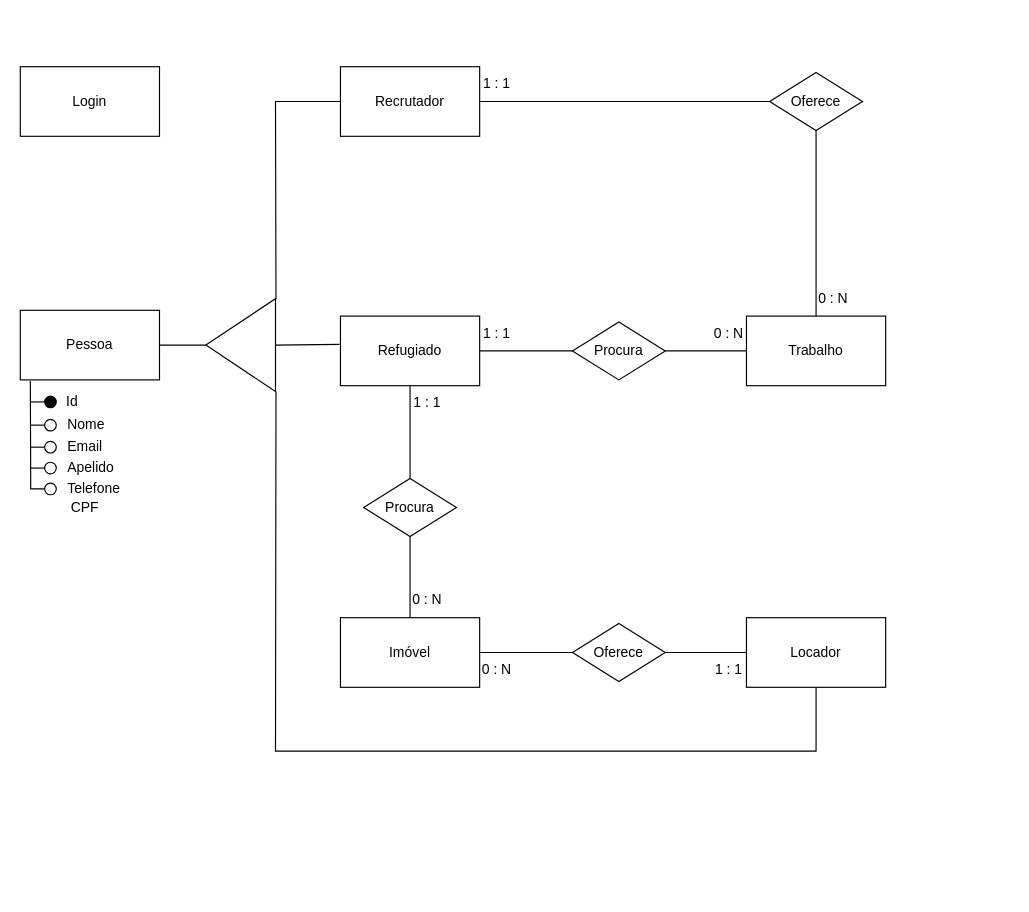
This is Modelo conceitual/Conceitual modelo 2.drawio from eliferretti/Diagamas_Proj_Refugiados, a draw.io file, before an edit. Source tidied: cells renumbered, new cells numbered last; positions are measured from the earlier drawing's top-left corner, leaving out a move shared by most shapes. Both pictures are drawn from the tidied source at 116%, with x=0, y=0 at pixel (20, 66).
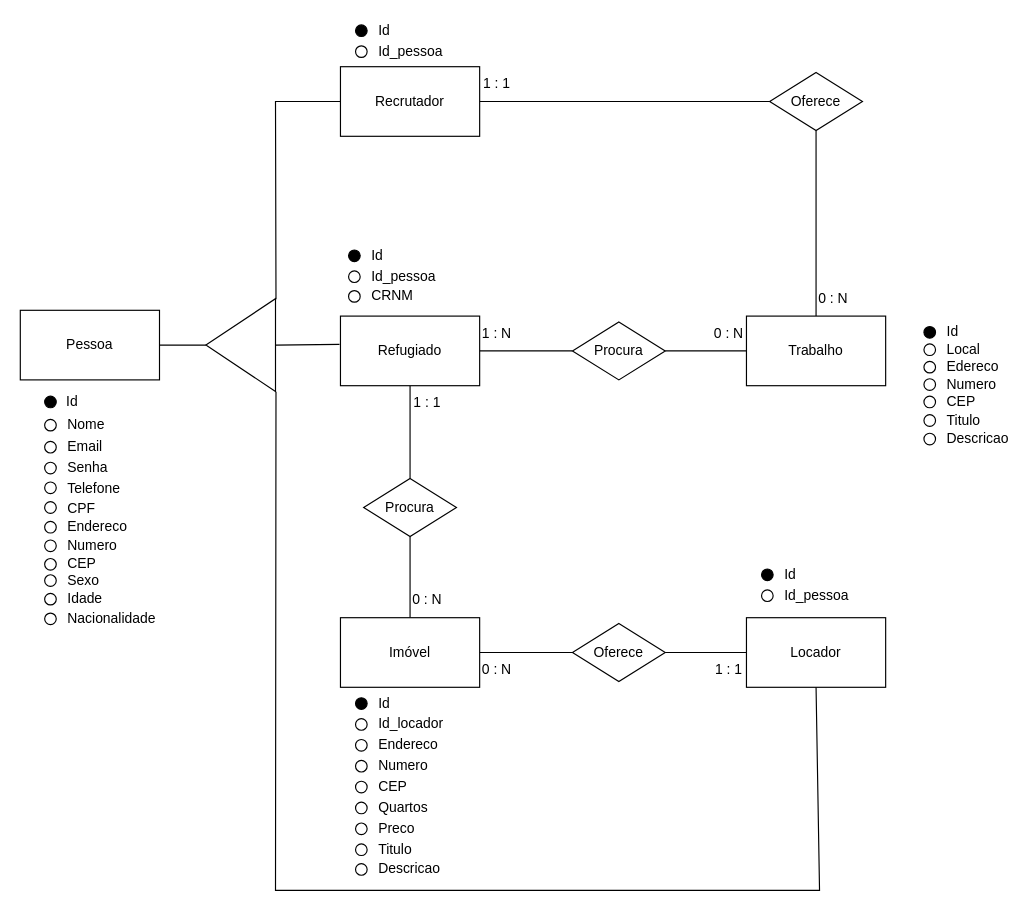
The same diagram, later.

Commit message:
Nova atualização de mod conceitual

Unchanged cells that the change refers to:
```xml
<mxCell id="14" style="group;" parent="1" vertex="1">
  <mxGeometry x="276" y="215" width="150" height="90" as="geometry" />
</mxCell>
<mxCell id="23" value="Locador" style="rounded=0;whiteSpace=wrap;html=1;" parent="22" vertex="1">
  <mxGeometry x="30" width="120" height="60" as="geometry" />
</mxCell>
<mxCell id="29" value="Pessoa" style="rounded=0;whiteSpace=wrap;html=1;" parent="1" vertex="1">
  <mxGeometry y="210" width="120" height="60" as="geometry" />
</mxCell>
<mxCell id="34" style="triangle;whiteSpace=wrap;html=1;rotation=-180;" parent="1" vertex="1">
  <mxGeometry x="160" y="200" width="60" height="80" as="geometry" />
</mxCell>
<mxCell id="37" style="ellipse;whiteSpace=wrap;html=1;fillColor=#000000;" parent="1" vertex="1">
  <mxGeometry x="21" y="284" width="10" height="10" as="geometry" />
</mxCell>
<mxCell id="39" style="ellipse;whiteSpace=wrap;html=1;fillColor=#FFFFFF;" parent="1" vertex="1">
  <mxGeometry x="21" y="304" width="10" height="10" as="geometry" />
</mxCell>
<mxCell id="42" style="ellipse;whiteSpace=wrap;html=1;fillColor=#FFFFFF;" parent="41" vertex="1">
  <mxGeometry y="10" width="10" height="10" as="geometry" />
</mxCell>
<mxCell id="45" style="ellipse;whiteSpace=wrap;html=1;fillColor=#FFFFFF;" parent="44" vertex="1">
  <mxGeometry y="10" width="10" height="10" as="geometry" />
</mxCell>
```

Diff of the diagram source:
```diff
@@
-    <mxCell id="16" value="1 : 1" style="text;html=1;strokeColor=none;fillColor=none;align=center;verticalAlign=middle;whiteSpace=wrap;rounded=0;" parent="14" vertex="1">
+    <mxCell id="16" value="1 : N" style="text;html=1;strokeColor=none;fillColor=none;align=center;verticalAlign=middle;whiteSpace=wrap;rounded=0;" parent="14" vertex="1">
       <mxGeometry x="120" width="30" height="30" as="geometry" />
     </mxCell>
@@
     <mxCell id="33" style="endArrow=none;html=1;rounded=0;entryX=0.5;entryY=1;entryDx=0;entryDy=0;exitX=-0.007;exitY=-0.002;exitDx=0;exitDy=0;exitPerimeter=0;" parent="1" edge="1" source="34" target="23">
       <mxGeometry relative="1" as="geometry">
         <Array as="points">
-          <mxPoint x="220" y="590" />
-          <mxPoint x="686" y="590" />
+          <mxPoint x="220" y="710" />
+          <mxPoint x="689" y="710" />
         </Array>
       </mxGeometry>
     </mxCell>
@@
+    <mxCell id="57" style="ellipse;whiteSpace=wrap;html=1;fillColor=#FFFFFF;" parent="1" vertex="1">
+      <mxGeometry x="21" y="408" width="10" height="10" as="geometry" />
+    </mxCell>
+    <mxCell id="58" value="Endereco" style="text;html=1;strokeColor=none;fillColor=none;align=left;verticalAlign=middle;whiteSpace=wrap;rounded=0;" parent="1" vertex="1">
+      <mxGeometry x="39" y="388" width="30" height="18" as="geometry" />
+    </mxCell>
+    <mxCell id="59" value="Numero" style="text;html=1;strokeColor=none;fillColor=none;align=left;verticalAlign=middle;whiteSpace=wrap;rounded=0;" parent="1" vertex="1">
+      <mxGeometry x="39" y="404" width="30" height="18" as="geometry" />
+    </mxCell>
+    <mxCell id="60" style="group;" parent="1" vertex="1">
+      <mxGeometry x="21" y="420" width="48" height="32" as="geometry" />
+    </mxCell>
+    <mxCell id="61" style="ellipse;whiteSpace=wrap;html=1;fillColor=#FFFFFF;" parent="60" vertex="1">
+      <mxGeometry y="4" width="10" height="10" as="geometry" />
+    </mxCell>
+    <mxCell id="62" value="CEP" style="text;html=1;strokeColor=none;fillColor=none;align=left;verticalAlign=middle;whiteSpace=wrap;rounded=0;" parent="60" vertex="1">
+      <mxGeometry x="18" width="30" height="18" as="geometry" />
+    </mxCell>
+    <mxCell id="63" style="group;" parent="60" vertex="1">
+      <mxGeometry y="14" width="48" height="18" as="geometry" />
+    </mxCell>
+    <mxCell id="64" style="ellipse;whiteSpace=wrap;html=1;fillColor=#FFFFFF;" parent="63" vertex="1">
+      <mxGeometry y="4" width="10" height="10" as="geometry" />
+    </mxCell>
+    <mxCell id="65" value="Sexo" style="text;html=1;strokeColor=none;fillColor=none;align=left;verticalAlign=middle;whiteSpace=wrap;rounded=0;" parent="63" vertex="1">
+      <mxGeometry x="18" width="30" height="18" as="geometry" />
+    </mxCell>
+    <mxCell id="66" style="group;" parent="1" vertex="1">
+      <mxGeometry x="21" y="450" width="48" height="18" as="geometry" />
+    </mxCell>
+    <mxCell id="67" style="ellipse;whiteSpace=wrap;html=1;fillColor=#FFFFFF;" parent="66" vertex="1">
+      <mxGeometry y="4" width="10" height="10" as="geometry" />
+    </mxCell>
+    <mxCell id="68" value="Idade" style="text;html=1;strokeColor=none;fillColor=none;align=left;verticalAlign=middle;whiteSpace=wrap;rounded=0;" parent="66" vertex="1">
+      <mxGeometry x="18" width="30" height="18" as="geometry" />
+    </mxCell>
+    <mxCell id="69" style="group;" parent="1" vertex="1">
+      <mxGeometry x="21" y="467" width="48" height="18" as="geometry" />
+    </mxCell>
+    <mxCell id="70" style="ellipse;whiteSpace=wrap;html=1;fillColor=#FFFFFF;" parent="69" vertex="1">
+      <mxGeometry y="4" width="10" height="10" as="geometry" />
+    </mxCell>
+    <mxCell id="71" value="Nacionalidade" style="text;html=1;strokeColor=none;fillColor=none;align=left;verticalAlign=middle;whiteSpace=wrap;rounded=0;" parent="69" vertex="1">
+      <mxGeometry x="18" width="30" height="18" as="geometry" />
+    </mxCell>
+    <mxCell id="72" style="group;" parent="1" vertex="1">
+      <mxGeometry x="779" y="220" width="48" height="18" as="geometry" />
+    </mxCell>
+    <mxCell id="73" style="ellipse;whiteSpace=wrap;html=1;fillColor=#000000;" parent="72" vertex="1">
+      <mxGeometry y="4" width="10" height="10" as="geometry" />
+    </mxCell>
+    <mxCell id="74" value="Id" style="text;html=1;strokeColor=none;fillColor=none;align=left;verticalAlign=middle;whiteSpace=wrap;rounded=0;" parent="72" vertex="1">
+      <mxGeometry x="18" width="30" height="18" as="geometry" />
+    </mxCell>
+    <mxCell id="75" style="group;" parent="1" vertex="1">
+      <mxGeometry x="779" y="235" width="48" height="18" as="geometry" />
+    </mxCell>
+    <mxCell id="76" style="ellipse;whiteSpace=wrap;html=1;fillColor=#FFFFFF;" parent="75" vertex="1">
+      <mxGeometry y="4" width="10" height="10" as="geometry" />
+    </mxCell>
+    <mxCell id="77" value="Local" style="text;html=1;strokeColor=none;fillColor=none;align=left;verticalAlign=middle;whiteSpace=wrap;rounded=0;" parent="75" vertex="1">
+      <mxGeometry x="18" width="30" height="18" as="geometry" />
+    </mxCell>
+    <mxCell id="78" style="group;" parent="1" vertex="1">
+      <mxGeometry x="779" y="250" width="48" height="18" as="geometry" />
+    </mxCell>
+    <mxCell id="79" style="ellipse;whiteSpace=wrap;html=1;fillColor=#FFFFFF;" parent="78" vertex="1">
+      <mxGeometry y="4" width="10" height="10" as="geometry" />
+    </mxCell>
+    <mxCell id="80" value="Edereco" style="text;html=1;strokeColor=none;fillColor=none;align=left;verticalAlign=middle;whiteSpace=wrap;rounded=0;" parent="78" vertex="1">
+      <mxGeometry x="18" width="30" height="18" as="geometry" />
+    </mxCell>
+    <mxCell id="81" style="group;" parent="1" vertex="1">
+      <mxGeometry x="779" y="265" width="48" height="18" as="geometry" />
+    </mxCell>
+    <mxCell id="82" style="ellipse;whiteSpace=wrap;html=1;fillColor=#FFFFFF;" parent="81" vertex="1">
+      <mxGeometry y="4" width="10" height="10" as="geometry" />
+    </mxCell>
+    <mxCell id="83" value="Numero" style="text;html=1;strokeColor=none;fillColor=none;align=left;verticalAlign=middle;whiteSpace=wrap;rounded=0;" parent="81" vertex="1">
+      <mxGeometry x="18" width="30" height="18" as="geometry" />
+    </mxCell>
+    <mxCell id="84" style="group;" parent="1" vertex="1">
+      <mxGeometry x="779" y="281" width="48" height="18" as="geometry" />
+    </mxCell>
+    <mxCell id="85" style="ellipse;whiteSpace=wrap;html=1;fillColor=#FFFFFF;" parent="84" vertex="1">
+      <mxGeometry y="3" width="10" height="10" as="geometry" />
+    </mxCell>
+    <mxCell id="86" value="CEP" style="text;html=1;strokeColor=none;fillColor=none;align=left;verticalAlign=middle;whiteSpace=wrap;rounded=0;" parent="84" vertex="1">
+      <mxGeometry x="18" y="-1" width="30" height="18" as="geometry" />
+    </mxCell>
+    <mxCell id="87" style="group;" parent="1" vertex="1">
+      <mxGeometry x="779" y="296" width="48" height="18" as="geometry" />
+    </mxCell>
+    <mxCell id="88" style="ellipse;whiteSpace=wrap;html=1;fillColor=#FFFFFF;" parent="87" vertex="1">
+      <mxGeometry y="4" width="10" height="10" as="geometry" />
+    </mxCell>
+    <mxCell id="89" value="Titulo" style="text;html=1;strokeColor=none;fillColor=none;align=left;verticalAlign=middle;whiteSpace=wrap;rounded=0;" parent="87" vertex="1">
+      <mxGeometry x="18" width="30" height="18" as="geometry" />
+    </mxCell>
+    <mxCell id="90" style="group;" parent="1" vertex="1">
+      <mxGeometry x="779" y="312" width="48" height="18" as="geometry" />
+    </mxCell>
+    <mxCell id="91" style="ellipse;whiteSpace=wrap;html=1;fillColor=#FFFFFF;" parent="90" vertex="1">
+      <mxGeometry y="4" width="10" height="10" as="geometry" />
+    </mxCell>
+    <mxCell id="92" value="Descricao" style="text;html=1;strokeColor=none;fillColor=none;align=left;verticalAlign=middle;whiteSpace=wrap;rounded=0;" parent="90" vertex="1">
+      <mxGeometry x="18" width="30" height="18" as="geometry" />
+    </mxCell>
+    <mxCell id="93" style="group;" parent="1" vertex="1">
+      <mxGeometry x="289" y="-40" width="48" height="18" as="geometry" />
+    </mxCell>
+    <mxCell id="94" style="ellipse;whiteSpace=wrap;html=1;fillColor=#000000;" parent="93" vertex="1">
+      <mxGeometry y="4" width="10" height="10" as="geometry" />
+    </mxCell>
+    <mxCell id="95" value="Id" style="text;html=1;strokeColor=none;fillColor=none;align=left;verticalAlign=middle;whiteSpace=wrap;rounded=0;" parent="93" vertex="1">
+      <mxGeometry x="18" width="30" height="18" as="geometry" />
+    </mxCell>
+    <mxCell id="96" style="group;" parent="1" vertex="1">
+      <mxGeometry x="289" y="-22" width="48" height="18" as="geometry" />
+    </mxCell>
+    <mxCell id="97" style="ellipse;whiteSpace=wrap;html=1;fillColor=#FFFFFF;" parent="96" vertex="1">
+      <mxGeometry y="4" width="10" height="10" as="geometry" />
+    </mxCell>
+    <mxCell id="98" value="Id_pessoa" style="text;html=1;strokeColor=none;fillColor=none;align=left;verticalAlign=middle;whiteSpace=wrap;rounded=0;" parent="96" vertex="1">
+      <mxGeometry x="18" width="30" height="18" as="geometry" />
+    </mxCell>
+    <mxCell id="99" style="group;" parent="1" vertex="1">
+      <mxGeometry x="283" y="154" width="48" height="18" as="geometry" />
+    </mxCell>
+    <mxCell id="100" style="ellipse;whiteSpace=wrap;html=1;fillColor=#000000;" parent="99" vertex="1">
+      <mxGeometry y="4" width="10" height="10" as="geometry" />
+    </mxCell>
+    <mxCell id="101" value="Id" style="text;html=1;strokeColor=none;fillColor=none;align=left;verticalAlign=middle;whiteSpace=wrap;rounded=0;" parent="99" vertex="1">
+      <mxGeometry x="18" width="30" height="18" as="geometry" />
+    </mxCell>
+    <mxCell id="102" style="group;" parent="1" vertex="1">
+      <mxGeometry x="283" y="172" width="48" height="18" as="geometry" />
+    </mxCell>
+    <mxCell id="103" style="ellipse;whiteSpace=wrap;html=1;fillColor=#FFFFFF;" parent="102" vertex="1">
+      <mxGeometry y="4" width="10" height="10" as="geometry" />
+    </mxCell>
+    <mxCell id="104" value="Id_pessoa" style="text;html=1;strokeColor=none;fillColor=none;align=left;verticalAlign=middle;whiteSpace=wrap;rounded=0;" parent="102" vertex="1">
+      <mxGeometry x="18" width="30" height="18" as="geometry" />
+    </mxCell>
+    <mxCell id="105" style="group;" parent="1" vertex="1">
+      <mxGeometry x="639" y="429" width="48" height="18" as="geometry" />
+    </mxCell>
+    <mxCell id="106" style="ellipse;whiteSpace=wrap;html=1;fillColor=#000000;" parent="105" vertex="1">
+      <mxGeometry y="4" width="10" height="10" as="geometry" />
+    </mxCell>
+    <mxCell id="107" value="Id" style="text;html=1;strokeColor=none;fillColor=none;align=left;verticalAlign=middle;whiteSpace=wrap;rounded=0;" parent="105" vertex="1">
+      <mxGeometry x="18" width="30" height="18" as="geometry" />
+    </mxCell>
+    <mxCell id="108" style="group;" parent="1" vertex="1">
+      <mxGeometry x="639" y="447" width="48" height="18" as="geometry" />
+    </mxCell>
+    <mxCell id="109" style="ellipse;whiteSpace=wrap;html=1;fillColor=#FFFFFF;" parent="108" vertex="1">
+      <mxGeometry y="4" width="10" height="10" as="geometry" />
+    </mxCell>
+    <mxCell id="110" value="Id_pessoa" style="text;html=1;strokeColor=none;fillColor=none;align=left;verticalAlign=middle;whiteSpace=wrap;rounded=0;" parent="108" vertex="1">
+      <mxGeometry x="18" width="30" height="18" as="geometry" />
+    </mxCell>
+    <mxCell id="111" style="group;" parent="1" vertex="1">
+      <mxGeometry x="283" y="189" width="48" height="18" as="geometry" />
+    </mxCell>
+    <mxCell id="112" style="ellipse;whiteSpace=wrap;html=1;fillColor=#FFFFFF;" parent="111" vertex="1">
+      <mxGeometry y="4" width="10" height="10" as="geometry" />
+    </mxCell>
+    <mxCell id="113" value="CRNM" style="text;html=1;strokeColor=none;fillColor=none;align=left;verticalAlign=middle;whiteSpace=wrap;rounded=0;" parent="111" vertex="1">
+      <mxGeometry x="18" width="30" height="18" as="geometry" />
+    </mxCell>
+    <mxCell id="114" style="group;" parent="1" vertex="1">
+      <mxGeometry x="289" y="540" width="48" height="18" as="geometry" />
+    </mxCell>
+    <mxCell id="115" style="ellipse;whiteSpace=wrap;html=1;fillColor=#000000;" parent="114" vertex="1">
+      <mxGeometry y="4" width="10" height="10" as="geometry" />
+    </mxCell>
+    <mxCell id="116" value="Id" style="text;html=1;strokeColor=none;fillColor=none;align=left;verticalAlign=middle;whiteSpace=wrap;rounded=0;" parent="114" vertex="1">
+      <mxGeometry x="18" width="30" height="18" as="geometry" />
+    </mxCell>
+    <mxCell id="117" style="group;" parent="1" vertex="1">
+      <mxGeometry x="289" y="558" width="48" height="18" as="geometry" />
+    </mxCell>
+    <mxCell id="118" style="ellipse;whiteSpace=wrap;html=1;fillColor=#FFFFFF;" parent="117" vertex="1">
+      <mxGeometry y="4" width="10" height="10" as="geometry" />
+    </mxCell>
+    <mxCell id="119" value="Id_locador" style="text;html=1;strokeColor=none;fillColor=none;align=left;verticalAlign=middle;whiteSpace=wrap;rounded=0;" parent="117" vertex="1">
+      <mxGeometry x="18" width="30" height="18" as="geometry" />
+    </mxCell>
+    <mxCell id="120" style="group;" parent="1" vertex="1">
+      <mxGeometry x="289" y="576" width="48" height="18" as="geometry" />
+    </mxCell>
+    <mxCell id="121" style="ellipse;whiteSpace=wrap;html=1;fillColor=#FFFFFF;" parent="120" vertex="1">
+      <mxGeometry y="4" width="10" height="10" as="geometry" />
+    </mxCell>
+    <mxCell id="122" value="Endereco" style="text;html=1;strokeColor=none;fillColor=none;align=left;verticalAlign=middle;whiteSpace=wrap;rounded=0;" parent="120" vertex="1">
+      <mxGeometry x="18" width="30" height="18" as="geometry" />
+    </mxCell>
+    <mxCell id="123" style="group;" parent="1" vertex="1">
+      <mxGeometry x="289" y="594" width="48" height="18" as="geometry" />
+    </mxCell>
+    <mxCell id="124" style="ellipse;whiteSpace=wrap;html=1;fillColor=#FFFFFF;" parent="123" vertex="1">
+      <mxGeometry y="4" width="10" height="10" as="geometry" />
+    </mxCell>
+    <mxCell id="125" value="Numero" style="text;html=1;strokeColor=none;fillColor=none;align=left;verticalAlign=middle;whiteSpace=wrap;rounded=0;" parent="123" vertex="1">
+      <mxGeometry x="18" width="30" height="18" as="geometry" />
+    </mxCell>
+    <mxCell id="126" style="group;" parent="1" vertex="1">
+      <mxGeometry x="289" y="612" width="48" height="18" as="geometry" />
+    </mxCell>
+    <mxCell id="127" style="ellipse;whiteSpace=wrap;html=1;fillColor=#FFFFFF;" parent="126" vertex="1">
+      <mxGeometry y="4" width="10" height="10" as="geometry" />
+    </mxCell>
+    <mxCell id="128" value="CEP" style="text;html=1;strokeColor=none;fillColor=none;align=left;verticalAlign=middle;whiteSpace=wrap;rounded=0;" parent="126" vertex="1">
+      <mxGeometry x="18" width="30" height="18" as="geometry" />
+    </mxCell>
+    <mxCell id="129" style="group;" parent="1" vertex="1">
+      <mxGeometry x="289" y="630" width="48" height="18" as="geometry" />
+    </mxCell>
+    <mxCell id="130" style="ellipse;whiteSpace=wrap;html=1;fillColor=#FFFFFF;" parent="129" vertex="1">
+      <mxGeometry y="4" width="10" height="10" as="geometry" />
+    </mxCell>
+    <mxCell id="131" value="Quartos" style="text;html=1;strokeColor=none;fillColor=none;align=left;verticalAlign=middle;whiteSpace=wrap;rounded=0;" parent="129" vertex="1">
+      <mxGeometry x="18" width="30" height="18" as="geometry" />
+    </mxCell>
+    <mxCell id="132" style="group;" parent="1" vertex="1">
+      <mxGeometry x="289" y="648" width="48" height="18" as="geometry" />
+    </mxCell>
+    <mxCell id="133" style="ellipse;whiteSpace=wrap;html=1;fillColor=#FFFFFF;" parent="132" vertex="1">
+      <mxGeometry y="4" width="10" height="10" as="geometry" />
+    </mxCell>
+    <mxCell id="134" value="Preco" style="text;html=1;strokeColor=none;fillColor=none;align=left;verticalAlign=middle;whiteSpace=wrap;rounded=0;" parent="132" vertex="1">
+      <mxGeometry x="18" width="30" height="18" as="geometry" />
+    </mxCell>
+    <mxCell id="135" style="group;" parent="1" vertex="1">
+      <mxGeometry x="289" y="666" width="48" height="18" as="geometry" />
+    </mxCell>
+    <mxCell id="136" style="ellipse;whiteSpace=wrap;html=1;fillColor=#FFFFFF;" parent="135" vertex="1">
+      <mxGeometry y="4" width="10" height="10" as="geometry" />
+    </mxCell>
+    <mxCell id="137" value="Titulo" style="text;html=1;strokeColor=none;fillColor=none;align=left;verticalAlign=middle;whiteSpace=wrap;rounded=0;" parent="135" vertex="1">
+      <mxGeometry x="18" width="30" height="18" as="geometry" />
+    </mxCell>
@@
+    <mxCell id="47" style="group;" parent="1" vertex="1">
+      <mxGeometry x="21" y="350" width="69" height="30" as="geometry" />
+    </mxCell>
+    <mxCell id="48" style="ellipse;whiteSpace=wrap;html=1;fillColor=#FFFFFF;" parent="47" vertex="1">
+      <mxGeometry y="25" width="10" height="10" as="geometry" />
+    </mxCell>
+    <mxCell id="49" value="Telefone" style="text;html=1;strokeColor=none;fillColor=none;align=left;verticalAlign=middle;whiteSpace=wrap;rounded=0;" parent="47" vertex="1">
+      <mxGeometry x="18" y="-1" width="51" height="30" as="geometry" />
+    </mxCell>
-    <mxCell id="44" style="group;" parent="1" vertex="1">
-      <mxGeometry x="21" y="331" width="69" height="30" as="geometry" />
+    <mxCell id="44" style="group;" parent="47" vertex="1">
+      <mxGeometry y="-19" width="69" height="40" as="geometry" />
     </mxCell>
@@
-    <mxCell id="46" value="Apelido" style="text;html=1;strokeColor=none;fillColor=none;align=left;verticalAlign=middle;whiteSpace=wrap;rounded=0;" parent="44" vertex="1">
+    <mxCell id="46" value="Senha" style="text;html=1;strokeColor=none;fillColor=none;align=left;verticalAlign=middle;whiteSpace=wrap;rounded=0;" parent="44" vertex="1">
       <mxGeometry x="18" width="51" height="30" as="geometry" />
     </mxCell>
-    <mxCell id="47" style="group;" parent="1" vertex="1">
-      <mxGeometry x="21" y="349" width="69" height="30" as="geometry" />
-    </mxCell>
-    <mxCell id="48" style="ellipse;whiteSpace=wrap;html=1;fillColor=#FFFFFF;" parent="47" vertex="1">
-      <mxGeometry y="10" width="10" height="10" as="geometry" />
-    </mxCell>
-    <mxCell id="49" value="Telefone" style="text;html=1;strokeColor=none;fillColor=none;align=left;verticalAlign=middle;whiteSpace=wrap;rounded=0;" parent="47" vertex="1">
-      <mxGeometry x="18" width="51" height="30" as="geometry" />
-    </mxCell>
-    <mxCell id="50" style="endArrow=none;html=1;rounded=0;exitX=0;exitY=0.5;exitDx=0;exitDy=0;entryX=0.072;entryY=1.015;entryDx=0;entryDy=0;entryPerimeter=0;" parent="1" edge="1" source="48" target="29">
-      <mxGeometry relative="1" as="geometry">
-        <Array as="points">
-          <mxPoint x="9" y="364" />
-        </Array>
-      </mxGeometry>
-    </mxCell>
-    <mxCell id="51" style="endArrow=none;html=1;rounded=0;entryX=0;entryY=0.5;entryDx=0;entryDy=0;" parent="1" edge="1" target="37">
-      <mxGeometry relative="1" as="geometry">
-        <mxPoint x="9" y="289" as="sourcePoint" />
-      </mxGeometry>
-    </mxCell>
-    <mxCell id="52" style="endArrow=none;html=1;rounded=0;entryX=0;entryY=0.5;entryDx=0;entryDy=0;" parent="1" edge="1" target="39">
-      <mxGeometry relative="1" as="geometry">
-        <mxPoint x="9" y="309" as="sourcePoint" />
-      </mxGeometry>
-    </mxCell>
-    <mxCell id="53" style="endArrow=none;html=1;rounded=0;entryX=0;entryY=0.5;entryDx=0;entryDy=0;" parent="1" edge="1" target="42">
-      <mxGeometry relative="1" as="geometry">
-        <mxPoint x="9" y="328" as="sourcePoint" />
-      </mxGeometry>
-    </mxCell>
-    <mxCell id="54" style="endArrow=none;html=1;rounded=0;entryX=0;entryY=0.5;entryDx=0;entryDy=0;" parent="1" edge="1" target="45">
-      <mxGeometry relative="1" as="geometry">
-        <mxPoint x="9" y="346" as="sourcePoint" />
-      </mxGeometry>
-    </mxCell>
-    <mxCell id="55" value="Login" style="rounded=0;whiteSpace=wrap;html=1;fillColor=#FFFFFF;" parent="1" vertex="1">
-      <mxGeometry width="120" height="60" as="geometry" />
-    </mxCell>
+    <mxCell id="138" style="ellipse;whiteSpace=wrap;html=1;fillColor=#FFFFFF;" parent="44" vertex="1">
+      <mxGeometry y="27" width="10" height="10" as="geometry" />
+    </mxCell>
     <mxCell id="56" value="CPF" style="text;html=1;strokeColor=none;fillColor=none;align=center;verticalAlign=middle;whiteSpace=wrap;rounded=0;" parent="1" vertex="1">
-      <mxGeometry x="25.5" y="365" width="60" height="30" as="geometry" />
+      <mxGeometry x="22.5" y="366" width="60" height="30" as="geometry" />
     </mxCell>
+    <mxCell id="139" style="ellipse;whiteSpace=wrap;html=1;fillColor=#FFFFFF;" parent="1" vertex="1">
+      <mxGeometry x="21" y="392" width="10" height="10" as="geometry" />
+    </mxCell>
+    <mxCell id="140" style="group;" parent="1" vertex="1">
+      <mxGeometry x="289" y="683" width="48" height="18" as="geometry" />
+    </mxCell>
+    <mxCell id="141" style="ellipse;whiteSpace=wrap;html=1;fillColor=#FFFFFF;" parent="140" vertex="1">
+      <mxGeometry y="4" width="10" height="10" as="geometry" />
+    </mxCell>
+    <mxCell id="142" value="Descricao" style="text;html=1;strokeColor=none;fillColor=none;align=left;verticalAlign=middle;whiteSpace=wrap;rounded=0;" parent="140" vertex="1">
+      <mxGeometry x="18" width="30" height="18" as="geometry" />
+    </mxCell>
```
